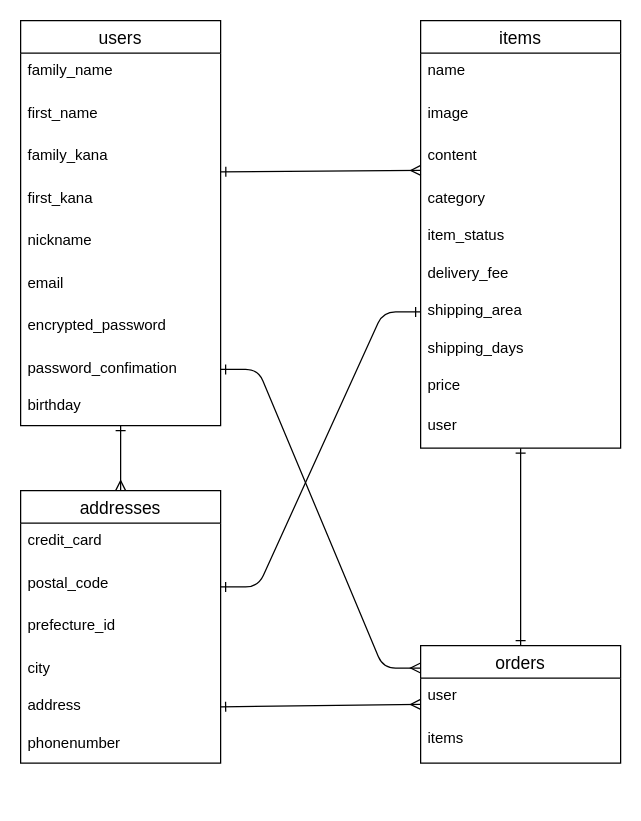
Yurika-1016/furima-33991 keeps this draw.io diagram as test.dio. Above is the earlier version. Source tidied: cells renumbered, new cells numbered last; positions are measured from the earlier drawing's top-left corner, leaving out a move shared by most shapes. Both pictures are drawn from the tidied source at 125%, with x=0, y=0 at pixel (20, 20).
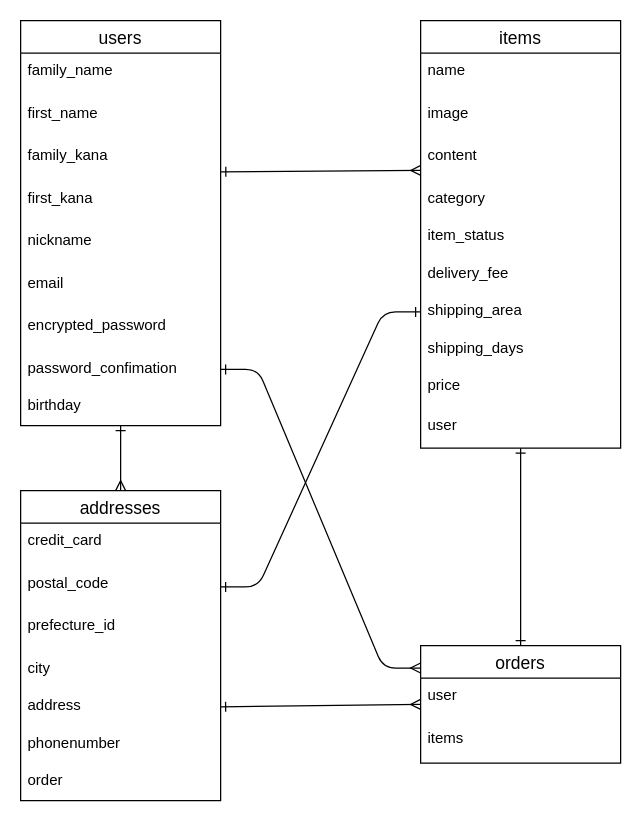
After the change.

Change to the diagram source:
```diff
@@
     <mxCell id="27" value="addresses" style="swimlane;fontStyle=0;horizontal=1;startSize=26;align=center;fontSize=14;" parent="1" vertex="1">
-      <mxGeometry y="376" width="160" height="218" as="geometry" />
+      <mxGeometry y="376" width="160" height="248" as="geometry" />
     </mxCell>
@@
+    <mxCell id="40" value="order" style="text;strokeColor=none;fillColor=none;spacingLeft=4;spacingRight=4;overflow=hidden;fontSize=12;" parent="27" vertex="1">
+      <mxGeometry y="218" width="160" height="30" as="geometry" />
+    </mxCell>
```
